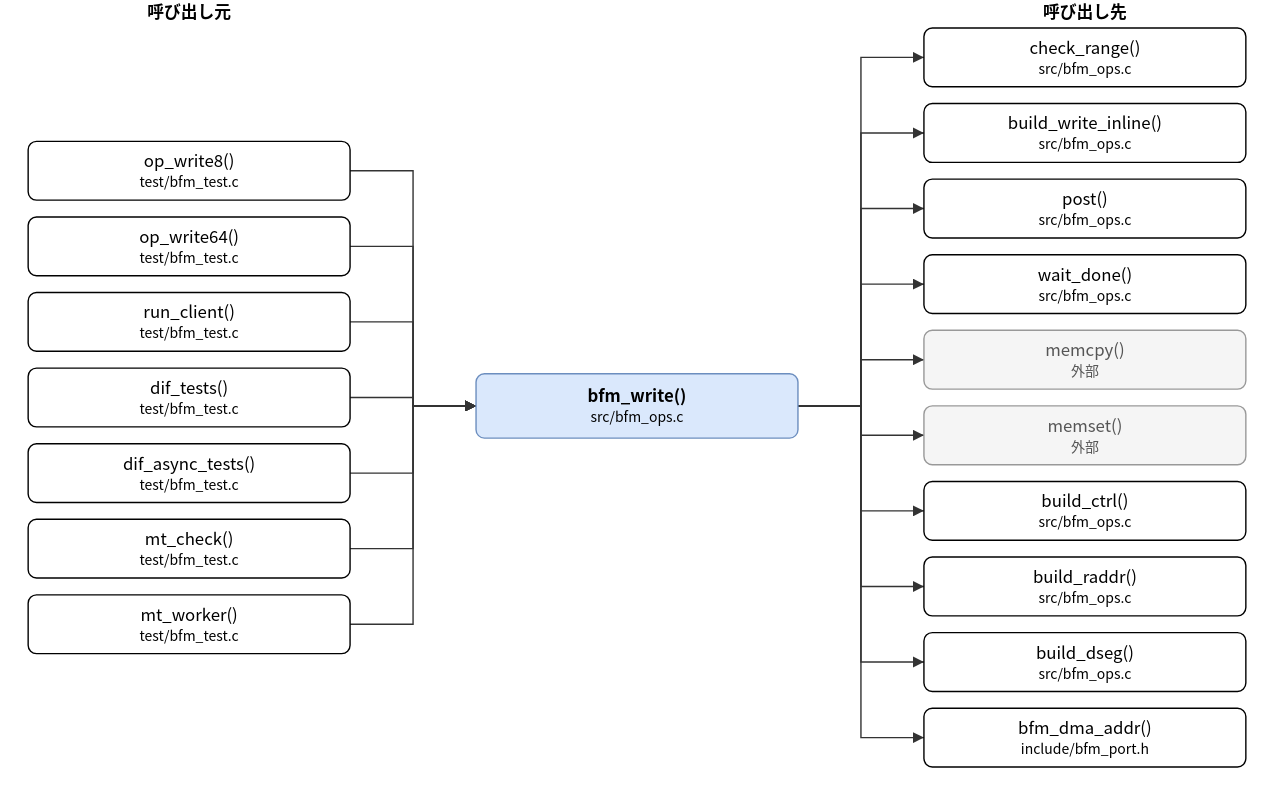
The draw.io diagram doc/spec/images/call_src_bfm_ops-bfm_write.drawio.svg in hf355051012-ai/bfmem, before a commit. Source tidied: cells renumbered, new cells last; positions are measured from the earlier drawing's top-left corner, leaving out a move shared by most shapes.
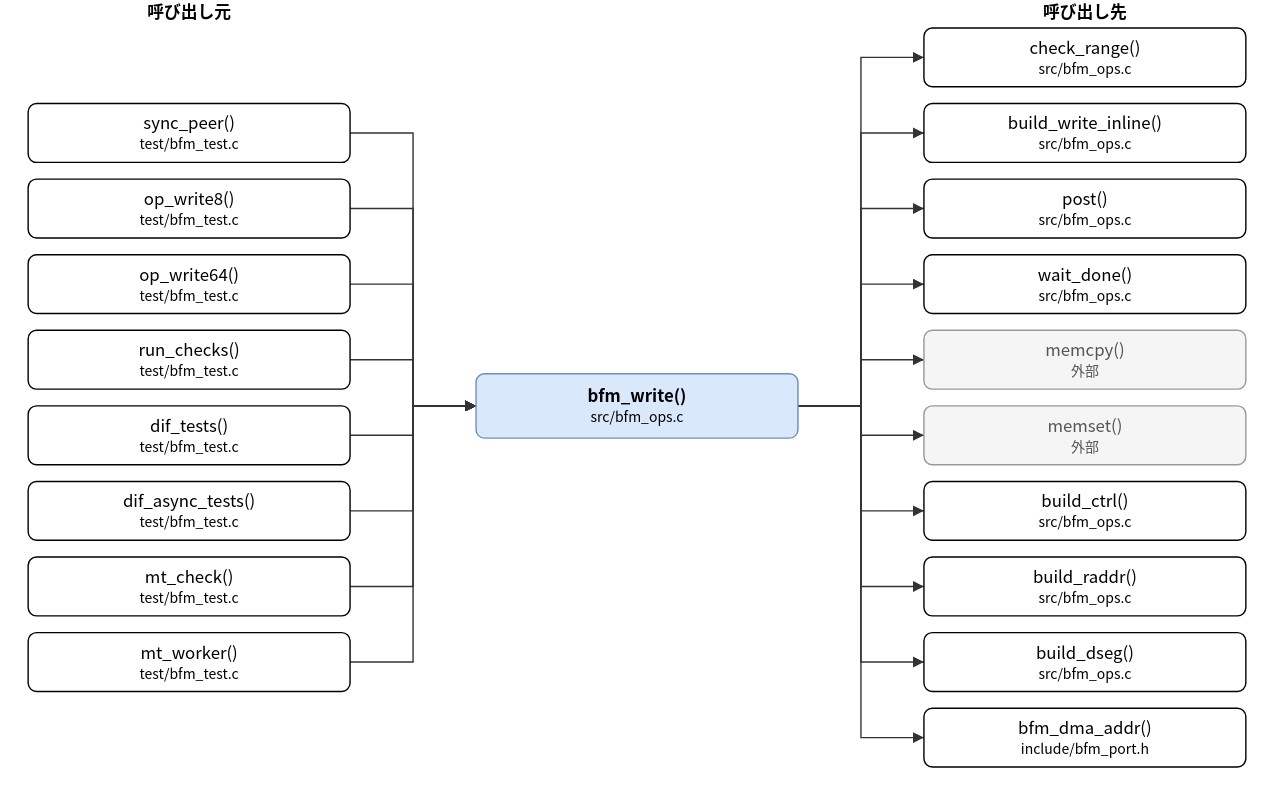
The same file after the commit.

The edit, as a diff of the source:
```diff
@@ -5,27 +5,30 @@
     <mxCell id="2" value="bfm_write()&lt;br&gt;&lt;font style=&quot;font-size:10px&quot;&gt;src/bfm_ops.c&lt;/font&gt;" style="rounded=1;whiteSpace=wrap;html=1;fillColor=#dae8fc;strokeColor=#6c8ebf;fontStyle=1;" parent="1" vertex="1">
       <mxGeometry x="320" y="267" width="230" height="46" as="geometry" />
     </mxCell>
-    <mxCell id="3" value="op_write8()&lt;br&gt;&lt;font style=&quot;font-size:10px&quot;&gt;test/bfm_test.c&lt;/font&gt;" style="rounded=1;whiteSpace=wrap;html=1;" parent="1" vertex="1">
-      <mxGeometry y="101" width="230" height="42" as="geometry" />
+    <mxCell id="3" value="sync_peer()&lt;br&gt;&lt;font style=&quot;font-size:10px&quot;&gt;test/bfm_test.c&lt;/font&gt;" style="rounded=1;whiteSpace=wrap;html=1;" parent="1" vertex="1">
+      <mxGeometry y="74" width="230" height="42" as="geometry" />
     </mxCell>
-    <mxCell id="4" value="op_write64()&lt;br&gt;&lt;font style=&quot;font-size:10px&quot;&gt;test/bfm_test.c&lt;/font&gt;" style="rounded=1;whiteSpace=wrap;html=1;" parent="1" vertex="1">
-      <mxGeometry y="155" width="230" height="42" as="geometry" />
+    <mxCell id="4" value="op_write8()&lt;br&gt;&lt;font style=&quot;font-size:10px&quot;&gt;test/bfm_test.c&lt;/font&gt;" style="rounded=1;whiteSpace=wrap;html=1;" parent="1" vertex="1">
+      <mxGeometry y="128" width="230" height="42" as="geometry" />
     </mxCell>
-    <mxCell id="5" value="run_client()&lt;br&gt;&lt;font style=&quot;font-size:10px&quot;&gt;test/bfm_test.c&lt;/font&gt;" style="rounded=1;whiteSpace=wrap;html=1;" parent="1" vertex="1">
-      <mxGeometry y="209" width="230" height="42" as="geometry" />
+    <mxCell id="5" value="op_write64()&lt;br&gt;&lt;font style=&quot;font-size:10px&quot;&gt;test/bfm_test.c&lt;/font&gt;" style="rounded=1;whiteSpace=wrap;html=1;" parent="1" vertex="1">
+      <mxGeometry y="182" width="230" height="42" as="geometry" />
     </mxCell>
-    <mxCell id="6" value="dif_tests()&lt;br&gt;&lt;font style=&quot;font-size:10px&quot;&gt;test/bfm_test.c&lt;/font&gt;" style="rounded=1;whiteSpace=wrap;html=1;" parent="1" vertex="1">
-      <mxGeometry y="263" width="230" height="42" as="geometry" />
+    <mxCell id="6" value="run_checks()&lt;br&gt;&lt;font style=&quot;font-size:10px&quot;&gt;test/bfm_test.c&lt;/font&gt;" style="rounded=1;whiteSpace=wrap;html=1;" parent="1" vertex="1">
+      <mxGeometry y="236" width="230" height="42" as="geometry" />
     </mxCell>
-    <mxCell id="7" value="dif_async_tests()&lt;br&gt;&lt;font style=&quot;font-size:10px&quot;&gt;test/bfm_test.c&lt;/font&gt;" style="rounded=1;whiteSpace=wrap;html=1;" parent="1" vertex="1">
-      <mxGeometry y="317" width="230" height="42" as="geometry" />
+    <mxCell id="7" value="dif_tests()&lt;br&gt;&lt;font style=&quot;font-size:10px&quot;&gt;test/bfm_test.c&lt;/font&gt;" style="rounded=1;whiteSpace=wrap;html=1;" parent="1" vertex="1">
+      <mxGeometry y="290" width="230" height="42" as="geometry" />
     </mxCell>
-    <mxCell id="8" value="mt_check()&lt;br&gt;&lt;font style=&quot;font-size:10px&quot;&gt;test/bfm_test.c&lt;/font&gt;" style="rounded=1;whiteSpace=wrap;html=1;" parent="1" vertex="1">
-      <mxGeometry y="371" width="230" height="42" as="geometry" />
+    <mxCell id="8" value="dif_async_tests()&lt;br&gt;&lt;font style=&quot;font-size:10px&quot;&gt;test/bfm_test.c&lt;/font&gt;" style="rounded=1;whiteSpace=wrap;html=1;" parent="1" vertex="1">
+      <mxGeometry y="344" width="230" height="42" as="geometry" />
     </mxCell>
-    <mxCell id="9" value="mt_worker()&lt;br&gt;&lt;font style=&quot;font-size:10px&quot;&gt;test/bfm_test.c&lt;/font&gt;" style="rounded=1;whiteSpace=wrap;html=1;" parent="1" vertex="1">
-      <mxGeometry y="425" width="230" height="42" as="geometry" />
+    <mxCell id="9" value="mt_check()&lt;br&gt;&lt;font style=&quot;font-size:10px&quot;&gt;test/bfm_test.c&lt;/font&gt;" style="rounded=1;whiteSpace=wrap;html=1;" parent="1" vertex="1">
+      <mxGeometry y="398" width="230" height="42" as="geometry" />
     </mxCell>
+    <mxCell id="39" value="mt_worker()&lt;br&gt;&lt;font style=&quot;font-size:10px&quot;&gt;test/bfm_test.c&lt;/font&gt;" style="rounded=1;whiteSpace=wrap;html=1;" parent="1" vertex="1">
+      <mxGeometry y="452" width="230" height="42" as="geometry" />
+    </mxCell>
     <mxCell id="10" value="check_range()&lt;br&gt;&lt;font style=&quot;font-size:10px&quot;&gt;src/bfm_ops.c&lt;/font&gt;" style="rounded=1;whiteSpace=wrap;html=1;" parent="1" vertex="1">
       <mxGeometry x="640" y="20" width="230" height="42" as="geometry" />
     </mxCell>
@@ -59,7 +62,7 @@
     <mxCell id="20" style="edgeStyle=none;html=1;rounded=0;endArrow=block;endFill=1;exitX=1.0000;exitY=0.5000;exitDx=0;exitDy=0;exitPerimeter=0;entryX=0.0000;entryY=0.5000;entryDx=0;entryDy=0;entryPerimeter=0;" parent="1" edge="1" source="3" target="2">
       <mxGeometry relative="1" as="geometry">
         <Array as="points">
-          <mxPoint x="275" y="122" />
+          <mxPoint x="275" y="95" />
           <mxPoint x="275" y="290" />
         </Array>
       </mxGeometry>
@@ -67,7 +70,7 @@
     <mxCell id="21" style="edgeStyle=none;html=1;rounded=0;endArrow=block;endFill=1;exitX=1.0000;exitY=0.5000;exitDx=0;exitDy=0;exitPerimeter=0;entryX=0.0000;entryY=0.5000;entryDx=0;entryDy=0;entryPerimeter=0;" parent="1" edge="1" source="4" target="2">
       <mxGeometry relative="1" as="geometry">
         <Array as="points">
-          <mxPoint x="275" y="176" />
+          <mxPoint x="275" y="149" />
           <mxPoint x="275" y="290" />
         </Array>
       </mxGeometry>
@@ -75,7 +78,7 @@
     <mxCell id="22" style="edgeStyle=none;html=1;rounded=0;endArrow=block;endFill=1;exitX=1.0000;exitY=0.5000;exitDx=0;exitDy=0;exitPerimeter=0;entryX=0.0000;entryY=0.5000;entryDx=0;entryDy=0;entryPerimeter=0;" parent="1" edge="1" source="5" target="2">
       <mxGeometry relative="1" as="geometry">
         <Array as="points">
-          <mxPoint x="275" y="230" />
+          <mxPoint x="275" y="203" />
           <mxPoint x="275" y="290" />
         </Array>
       </mxGeometry>
@@ -83,7 +86,7 @@
     <mxCell id="23" style="edgeStyle=none;html=1;rounded=0;endArrow=block;endFill=1;exitX=1.0000;exitY=0.5000;exitDx=0;exitDy=0;exitPerimeter=0;entryX=0.0000;entryY=0.5000;entryDx=0;entryDy=0;entryPerimeter=0;" parent="1" edge="1" source="6" target="2">
       <mxGeometry relative="1" as="geometry">
         <Array as="points">
-          <mxPoint x="275" y="284" />
+          <mxPoint x="275" y="257" />
           <mxPoint x="275" y="290" />
         </Array>
       </mxGeometry>
@@ -91,7 +94,7 @@
     <mxCell id="24" style="edgeStyle=none;html=1;rounded=0;endArrow=block;endFill=1;exitX=1.0000;exitY=0.5000;exitDx=0;exitDy=0;exitPerimeter=0;entryX=0.0000;entryY=0.5000;entryDx=0;entryDy=0;entryPerimeter=0;" parent="1" edge="1" source="7" target="2">
       <mxGeometry relative="1" as="geometry">
         <Array as="points">
-          <mxPoint x="275" y="338" />
+          <mxPoint x="275" y="311" />
           <mxPoint x="275" y="290" />
         </Array>
       </mxGeometry>
@@ -99,7 +102,7 @@
     <mxCell id="25" style="edgeStyle=none;html=1;rounded=0;endArrow=block;endFill=1;exitX=1.0000;exitY=0.5000;exitDx=0;exitDy=0;exitPerimeter=0;entryX=0.0000;entryY=0.5000;entryDx=0;entryDy=0;entryPerimeter=0;" parent="1" edge="1" source="8" target="2">
       <mxGeometry relative="1" as="geometry">
         <Array as="points">
-          <mxPoint x="275" y="392" />
+          <mxPoint x="275" y="365" />
           <mxPoint x="275" y="290" />
         </Array>
       </mxGeometry>
@@ -107,91 +110,99 @@
     <mxCell id="26" style="edgeStyle=none;html=1;rounded=0;endArrow=block;endFill=1;exitX=1.0000;exitY=0.5000;exitDx=0;exitDy=0;exitPerimeter=0;entryX=0.0000;entryY=0.5000;entryDx=0;entryDy=0;entryPerimeter=0;" parent="1" edge="1" source="9" target="2">
       <mxGeometry relative="1" as="geometry">
         <Array as="points">
-          <mxPoint x="275" y="446" />
+          <mxPoint x="275" y="419" />
           <mxPoint x="275" y="290" />
         </Array>
       </mxGeometry>
     </mxCell>
-    <mxCell id="27" style="edgeStyle=none;html=1;rounded=0;endArrow=block;endFill=1;exitX=1.0000;exitY=0.5000;exitDx=0;exitDy=0;exitPerimeter=0;entryX=0.0000;entryY=0.5000;entryDx=0;entryDy=0;entryPerimeter=0;" parent="1" edge="1" source="2" target="10">
+    <mxCell id="27" style="edgeStyle=none;html=1;rounded=0;endArrow=block;endFill=1;exitX=1.0000;exitY=0.5000;exitDx=0;exitDy=0;exitPerimeter=0;entryX=0.0000;entryY=0.5000;entryDx=0;entryDy=0;entryPerimeter=0;" parent="1" edge="1" source="39" target="2">
       <mxGeometry relative="1" as="geometry">
         <Array as="points">
-          <mxPoint x="595" y="290" />
-          <mxPoint x="595" y="41" />
+          <mxPoint x="275" y="473" />
+          <mxPoint x="275" y="290" />
         </Array>
       </mxGeometry>
     </mxCell>
-    <mxCell id="28" style="edgeStyle=none;html=1;rounded=0;endArrow=block;endFill=1;exitX=1.0000;exitY=0.5000;exitDx=0;exitDy=0;exitPerimeter=0;entryX=0.0000;entryY=0.5000;entryDx=0;entryDy=0;entryPerimeter=0;" parent="1" edge="1" source="2" target="11">
+    <mxCell id="28" style="edgeStyle=none;html=1;rounded=0;endArrow=block;endFill=1;exitX=1.0000;exitY=0.5000;exitDx=0;exitDy=0;exitPerimeter=0;entryX=0.0000;entryY=0.5000;entryDx=0;entryDy=0;entryPerimeter=0;" parent="1" edge="1" source="2" target="10">
       <mxGeometry relative="1" as="geometry">
         <Array as="points">
           <mxPoint x="595" y="290" />
-          <mxPoint x="595" y="95" />
+          <mxPoint x="595" y="41" />
         </Array>
       </mxGeometry>
     </mxCell>
-    <mxCell id="29" style="edgeStyle=none;html=1;rounded=0;endArrow=block;endFill=1;exitX=1.0000;exitY=0.5000;exitDx=0;exitDy=0;exitPerimeter=0;entryX=0.0000;entryY=0.5000;entryDx=0;entryDy=0;entryPerimeter=0;" parent="1" edge="1" source="2" target="12">
+    <mxCell id="29" style="edgeStyle=none;html=1;rounded=0;endArrow=block;endFill=1;exitX=1.0000;exitY=0.5000;exitDx=0;exitDy=0;exitPerimeter=0;entryX=0.0000;entryY=0.5000;entryDx=0;entryDy=0;entryPerimeter=0;" parent="1" edge="1" source="2" target="11">
       <mxGeometry relative="1" as="geometry">
         <Array as="points">
           <mxPoint x="595" y="290" />
-          <mxPoint x="595" y="149" />
+          <mxPoint x="595" y="95" />
         </Array>
       </mxGeometry>
     </mxCell>
-    <mxCell id="30" style="edgeStyle=none;html=1;rounded=0;endArrow=block;endFill=1;exitX=1.0000;exitY=0.5000;exitDx=0;exitDy=0;exitPerimeter=0;entryX=0.0000;entryY=0.5000;entryDx=0;entryDy=0;entryPerimeter=0;" parent="1" edge="1" source="2" target="13">
+    <mxCell id="30" style="edgeStyle=none;html=1;rounded=0;endArrow=block;endFill=1;exitX=1.0000;exitY=0.5000;exitDx=0;exitDy=0;exitPerimeter=0;entryX=0.0000;entryY=0.5000;entryDx=0;entryDy=0;entryPerimeter=0;" parent="1" edge="1" source="2" target="12">
       <mxGeometry relative="1" as="geometry">
         <Array as="points">
           <mxPoint x="595" y="290" />
-          <mxPoint x="595" y="203" />
+          <mxPoint x="595" y="149" />
         </Array>
       </mxGeometry>
     </mxCell>
-    <mxCell id="31" style="edgeStyle=none;html=1;rounded=0;endArrow=block;endFill=1;exitX=1.0000;exitY=0.5000;exitDx=0;exitDy=0;exitPerimeter=0;entryX=0.0000;entryY=0.5000;entryDx=0;entryDy=0;entryPerimeter=0;" parent="1" edge="1" source="2" target="14">
+    <mxCell id="31" style="edgeStyle=none;html=1;rounded=0;endArrow=block;endFill=1;exitX=1.0000;exitY=0.5000;exitDx=0;exitDy=0;exitPerimeter=0;entryX=0.0000;entryY=0.5000;entryDx=0;entryDy=0;entryPerimeter=0;" parent="1" edge="1" source="2" target="13">
       <mxGeometry relative="1" as="geometry">
         <Array as="points">
           <mxPoint x="595" y="290" />
-          <mxPoint x="595" y="257" />
+          <mxPoint x="595" y="203" />
         </Array>
       </mxGeometry>
     </mxCell>
-    <mxCell id="32" style="edgeStyle=none;html=1;rounded=0;endArrow=block;endFill=1;exitX=1.0000;exitY=0.5000;exitDx=0;exitDy=0;exitPerimeter=0;entryX=0.0000;entryY=0.5000;entryDx=0;entryDy=0;entryPerimeter=0;" parent="1" edge="1" source="2" target="15">
+    <mxCell id="32" style="edgeStyle=none;html=1;rounded=0;endArrow=block;endFill=1;exitX=1.0000;exitY=0.5000;exitDx=0;exitDy=0;exitPerimeter=0;entryX=0.0000;entryY=0.5000;entryDx=0;entryDy=0;entryPerimeter=0;" parent="1" edge="1" source="2" target="14">
       <mxGeometry relative="1" as="geometry">
         <Array as="points">
           <mxPoint x="595" y="290" />
-          <mxPoint x="595" y="311" />
+          <mxPoint x="595" y="257" />
         </Array>
       </mxGeometry>
     </mxCell>
-    <mxCell id="33" style="edgeStyle=none;html=1;rounded=0;endArrow=block;endFill=1;exitX=1.0000;exitY=0.5000;exitDx=0;exitDy=0;exitPerimeter=0;entryX=0.0000;entryY=0.5000;entryDx=0;entryDy=0;entryPerimeter=0;" parent="1" edge="1" source="2" target="16">
+    <mxCell id="33" style="edgeStyle=none;html=1;rounded=0;endArrow=block;endFill=1;exitX=1.0000;exitY=0.5000;exitDx=0;exitDy=0;exitPerimeter=0;entryX=0.0000;entryY=0.5000;entryDx=0;entryDy=0;entryPerimeter=0;" parent="1" edge="1" source="2" target="15">
       <mxGeometry relative="1" as="geometry">
         <Array as="points">
           <mxPoint x="595" y="290" />
-          <mxPoint x="595" y="365" />
+          <mxPoint x="595" y="311" />
         </Array>
       </mxGeometry>
     </mxCell>
-    <mxCell id="34" style="edgeStyle=none;html=1;rounded=0;endArrow=block;endFill=1;exitX=1.0000;exitY=0.5000;exitDx=0;exitDy=0;exitPerimeter=0;entryX=0.0000;entryY=0.5000;entryDx=0;entryDy=0;entryPerimeter=0;" parent="1" edge="1" source="2" target="17">
+    <mxCell id="34" style="edgeStyle=none;html=1;rounded=0;endArrow=block;endFill=1;exitX=1.0000;exitY=0.5000;exitDx=0;exitDy=0;exitPerimeter=0;entryX=0.0000;entryY=0.5000;entryDx=0;entryDy=0;entryPerimeter=0;" parent="1" edge="1" source="2" target="16">
       <mxGeometry relative="1" as="geometry">
         <Array as="points">
           <mxPoint x="595" y="290" />
-          <mxPoint x="595" y="419" />
+          <mxPoint x="595" y="365" />
         </Array>
       </mxGeometry>
     </mxCell>
-    <mxCell id="35" style="edgeStyle=none;html=1;rounded=0;endArrow=block;endFill=1;exitX=1.0000;exitY=0.5000;exitDx=0;exitDy=0;exitPerimeter=0;entryX=0.0000;entryY=0.5000;entryDx=0;entryDy=0;entryPerimeter=0;" parent="1" edge="1" source="2" target="18">
+    <mxCell id="35" style="edgeStyle=none;html=1;rounded=0;endArrow=block;endFill=1;exitX=1.0000;exitY=0.5000;exitDx=0;exitDy=0;exitPerimeter=0;entryX=0.0000;entryY=0.5000;entryDx=0;entryDy=0;entryPerimeter=0;" parent="1" edge="1" source="2" target="17">
       <mxGeometry relative="1" as="geometry">
         <Array as="points">
           <mxPoint x="595" y="290" />
-          <mxPoint x="595" y="473" />
+          <mxPoint x="595" y="419" />
         </Array>
       </mxGeometry>
     </mxCell>
-    <mxCell id="36" style="edgeStyle=none;html=1;rounded=0;endArrow=block;endFill=1;exitX=1.0000;exitY=0.5000;exitDx=0;exitDy=0;exitPerimeter=0;entryX=0.0000;entryY=0.5000;entryDx=0;entryDy=0;entryPerimeter=0;" parent="1" edge="1" source="2" target="19">
+    <mxCell id="36" style="edgeStyle=none;html=1;rounded=0;endArrow=block;endFill=1;exitX=1.0000;exitY=0.5000;exitDx=0;exitDy=0;exitPerimeter=0;entryX=0.0000;entryY=0.5000;entryDx=0;entryDy=0;entryPerimeter=0;" parent="1" edge="1" source="2" target="18">
       <mxGeometry relative="1" as="geometry">
         <Array as="points">
           <mxPoint x="595" y="290" />
-          <mxPoint x="595" y="527" />
+          <mxPoint x="595" y="473" />
         </Array>
       </mxGeometry>
     </mxCell>
+    <mxCell id="40" style="edgeStyle=none;html=1;rounded=0;endArrow=block;endFill=1;exitX=1.0000;exitY=0.5000;exitDx=0;exitDy=0;exitPerimeter=0;entryX=0.0000;entryY=0.5000;entryDx=0;entryDy=0;entryPerimeter=0;" parent="1" edge="1" source="2" target="19">
+      <mxGeometry relative="1" as="geometry">
+        <Array as="points">
+          <mxPoint x="595" y="290" />
+          <mxPoint x="595" y="527" />
+        </Array>
+      </mxGeometry>
+    </mxCell>
     <mxCell id="37" value="呼び出し元" style="text;html=1;align=center;fontStyle=1;" parent="1" vertex="1">
       <mxGeometry x="35" width="160" height="18" as="geometry" />
     </mxCell>
```
